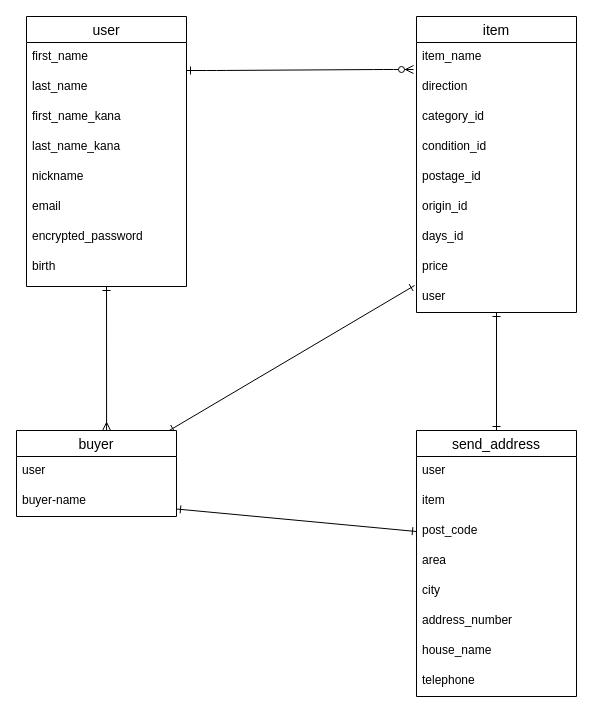
Earlier version of the draw.io diagram text.dio (Aya0601/furima38585). Source tidied: cells renumbered, new cells numbered last; positions are measured from the earlier drawing's top-left corner, leaving out a move shared by most shapes. Both pictures are drawn from the tidied source at 100%, with x=0, y=0 at pixel (16, 16).
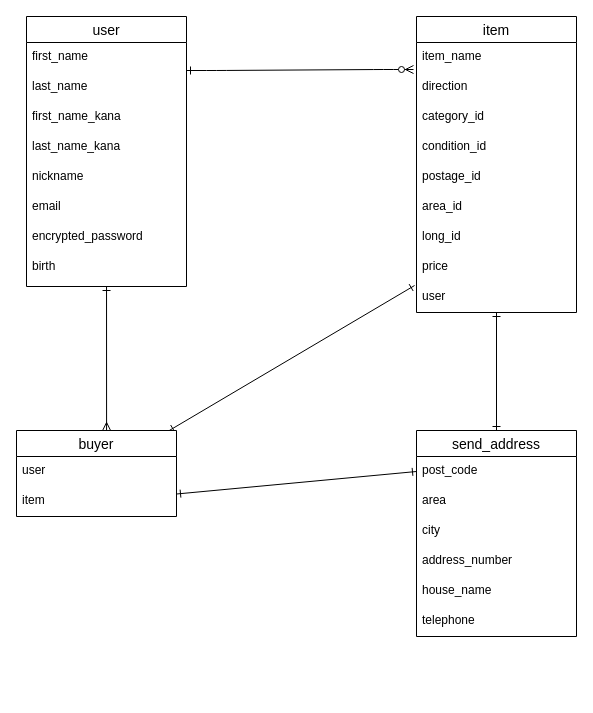
The same diagram, later.

The change refers to these unchanged cells:
```xml
<mxCell id="12" value="buyer" style="swimlane;fontStyle=0;horizontal=1;startSize=26;align=center;fontSize=14;" parent="1" vertex="1">
  <mxGeometry y="414" width="160" height="86" as="geometry" />
</mxCell>
<mxCell id="16" value="item" style="swimlane;fontStyle=0;horizontal=1;startSize=26;align=center;fontSize=14;" parent="1" vertex="1">
  <mxGeometry x="400" width="160" height="296" as="geometry" />
</mxCell>
```

Change to the diagram source:
```diff
@@
     <mxCell id="2" value="send_address" style="swimlane;fontStyle=0;horizontal=1;startSize=26;align=center;fontSize=14;" parent="1" vertex="1">
-      <mxGeometry x="400" y="414" width="160" height="266" as="geometry" />
+      <mxGeometry x="400" y="414" width="160" height="206" as="geometry" />
     </mxCell>
-    <mxCell id="3" value="user" style="text;strokeColor=none;fillColor=none;spacingLeft=4;spacingRight=4;overflow=hidden;fontSize=12;" parent="2" vertex="1">
-      <mxGeometry y="26" width="160" height="30" as="geometry" />
-    </mxCell>
-    <mxCell id="4" value="item" style="text;strokeColor=none;fillColor=none;spacingLeft=4;spacingRight=4;overflow=hidden;fontSize=12;" parent="2" vertex="1">
-      <mxGeometry y="56" width="160" height="30" as="geometry" />
-    </mxCell>
     <mxCell id="5" value="post_code" style="text;strokeColor=none;fillColor=none;spacingLeft=4;spacingRight=4;overflow=hidden;points=[[0,0.5],[1,0.5]];portConstraint=eastwest;fontSize=12;" parent="2" vertex="1">
-      <mxGeometry y="86" width="160" height="30" as="geometry" />
+      <mxGeometry y="26" width="160" height="30" as="geometry" />
     </mxCell>
     <mxCell id="6" value="area" style="text;strokeColor=none;fillColor=none;spacingLeft=4;spacingRight=4;overflow=hidden;fontSize=12;" parent="2" vertex="1">
-      <mxGeometry y="116" width="160" height="30" as="geometry" />
+      <mxGeometry y="56" width="160" height="30" as="geometry" />
     </mxCell>
     <mxCell id="7" value="city" style="text;strokeColor=none;fillColor=none;spacingLeft=4;spacingRight=4;overflow=hidden;fontSize=12;" parent="2" vertex="1">
-      <mxGeometry y="146" width="160" height="30" as="geometry" />
+      <mxGeometry y="86" width="160" height="30" as="geometry" />
     </mxCell>
     <mxCell id="8" value="address_number" style="text;strokeColor=none;fillColor=none;spacingLeft=4;spacingRight=4;overflow=hidden;fontSize=12;" parent="2" vertex="1">
-      <mxGeometry y="176" width="160" height="30" as="geometry" />
+      <mxGeometry y="116" width="160" height="30" as="geometry" />
     </mxCell>
     <mxCell id="9" value="house_name" style="text;strokeColor=none;fillColor=none;spacingLeft=4;spacingRight=4;overflow=hidden;fontSize=12;" parent="2" vertex="1">
-      <mxGeometry y="206" width="160" height="30" as="geometry" />
+      <mxGeometry y="146" width="160" height="30" as="geometry" />
     </mxCell>
     <mxCell id="10" value="telephone" style="text;strokeColor=none;fillColor=none;spacingLeft=4;spacingRight=4;overflow=hidden;fontSize=12;" parent="2" vertex="1">
-      <mxGeometry y="236" width="160" height="30" as="geometry" />
+      <mxGeometry y="176" width="160" height="30" as="geometry" />
     </mxCell>
@@
-    <mxCell id="14" value="buyer-name" style="text;strokeColor=none;fillColor=none;spacingLeft=4;spacingRight=4;overflow=hidden;points=[[0,0.5],[1,0.5]];portConstraint=eastwest;fontSize=12;" parent="12" vertex="1">
+    <mxCell id="14" value="item" style="text;strokeColor=none;fillColor=none;spacingLeft=4;spacingRight=4;overflow=hidden;points=[[0,0.5],[1,0.5]];portConstraint=eastwest;fontSize=12;" parent="12" vertex="1">
       <mxGeometry y="56" width="160" height="30" as="geometry" />
     </mxCell>
@@
-    <mxCell id="22" value="origin_id" style="text;strokeColor=none;fillColor=none;spacingLeft=4;spacingRight=4;overflow=hidden;fontSize=12;" parent="16" vertex="1">
+    <mxCell id="22" value="area_id" style="text;strokeColor=none;fillColor=none;spacingLeft=4;spacingRight=4;overflow=hidden;fontSize=12;" parent="16" vertex="1">
       <mxGeometry y="176" width="160" height="30" as="geometry" />
     </mxCell>
-    <mxCell id="23" value="days_id" style="text;strokeColor=none;fillColor=none;spacingLeft=4;spacingRight=4;overflow=hidden;fontSize=12;" parent="16" vertex="1">
+    <mxCell id="23" value="long_id" style="text;strokeColor=none;fillColor=none;spacingLeft=4;spacingRight=4;overflow=hidden;fontSize=12;" parent="16" vertex="1">
       <mxGeometry y="206" width="160" height="30" as="geometry" />
     </mxCell>
```
